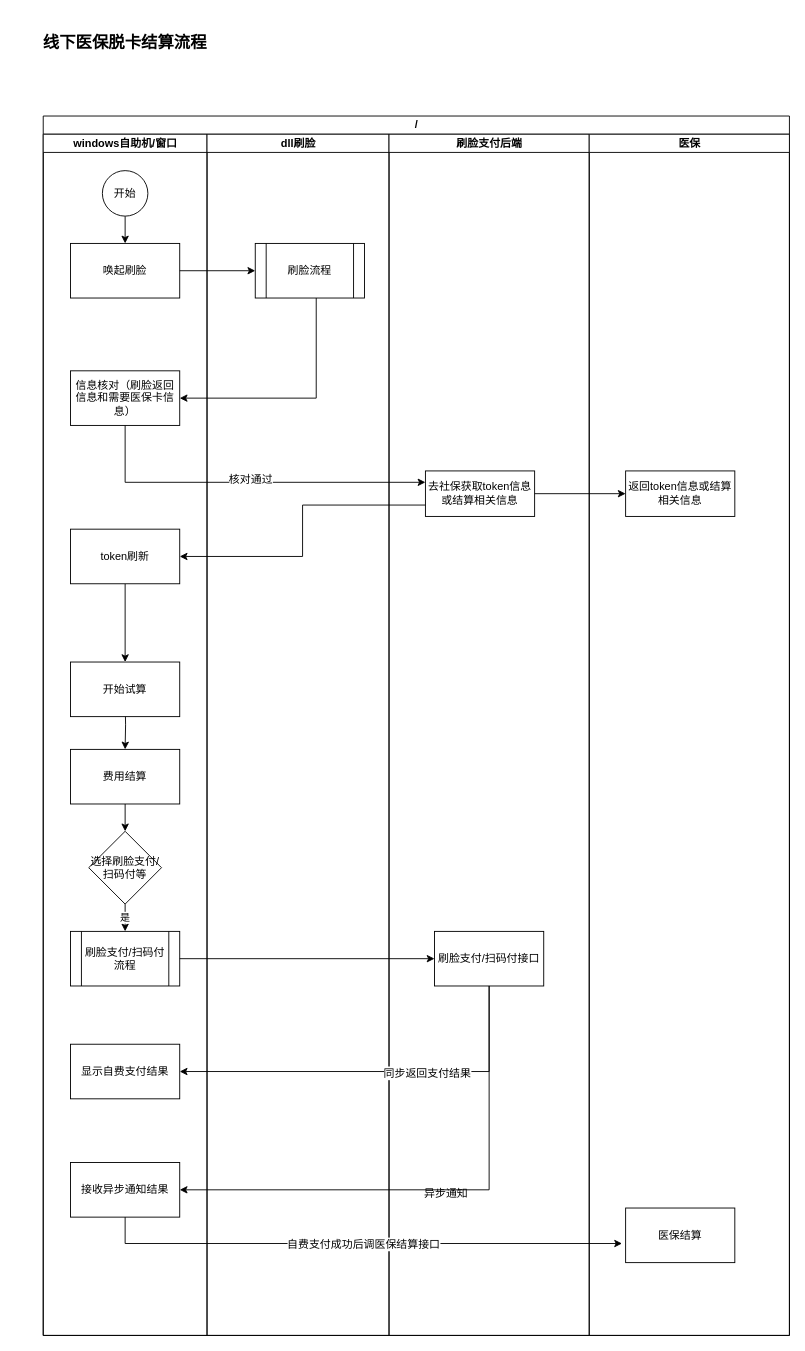
Earlier version of the draw.io diagram 线下医保脱卡结算流程.drawio (zhangwenhuad/visio). Source tidied: cells renumbered, new cells numbered last; positions are measured from the earlier drawing's top-left corner, leaving out a move shared by most shapes. Both pictures are drawn from the tidied source at 91%, with x=0, y=0 at pixel (15, 15).
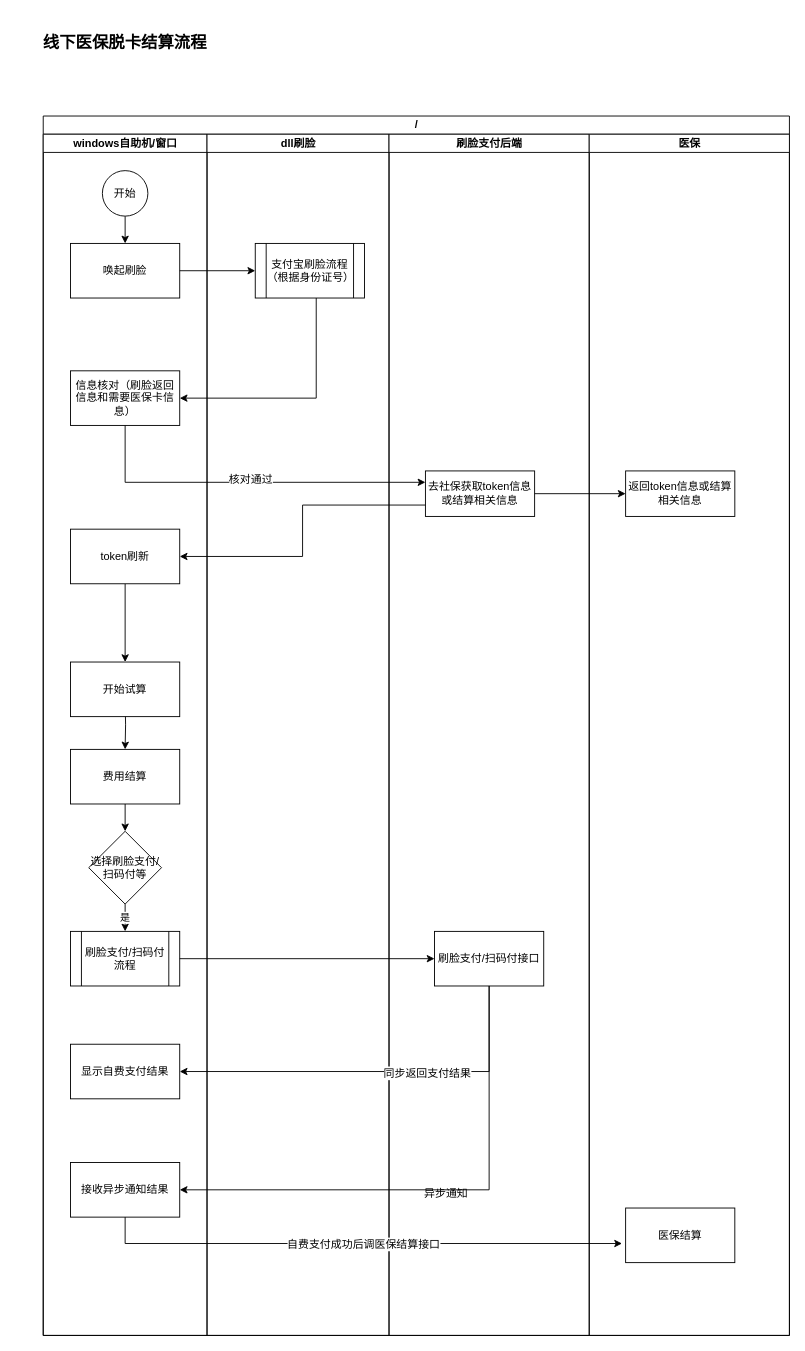
After the change.

Commit message:
更新线下医保脱卡结算流程.drawio

Unchanged cells that the change refers to:
```xml
<mxCell id="20" value="dll刷脸" style="swimlane;html=1;startSize=20;" parent="3" vertex="1">
  <mxGeometry x="180" y="20" width="200" height="1320" as="geometry" />
</mxCell>
```

Change to the diagram source:
```diff
@@
-    <mxCell id="21" value="刷脸流程" style="shape=process;whiteSpace=wrap;html=1;backgroundOutline=1;" parent="20" vertex="1">
+    <mxCell id="21" value="支付宝刷脸流程（根据身份证号）" style="shape=process;whiteSpace=wrap;html=1;backgroundOutline=1;" parent="20" vertex="1">
       <mxGeometry x="53" y="120" width="120" height="60" as="geometry" />
     </mxCell>
```
